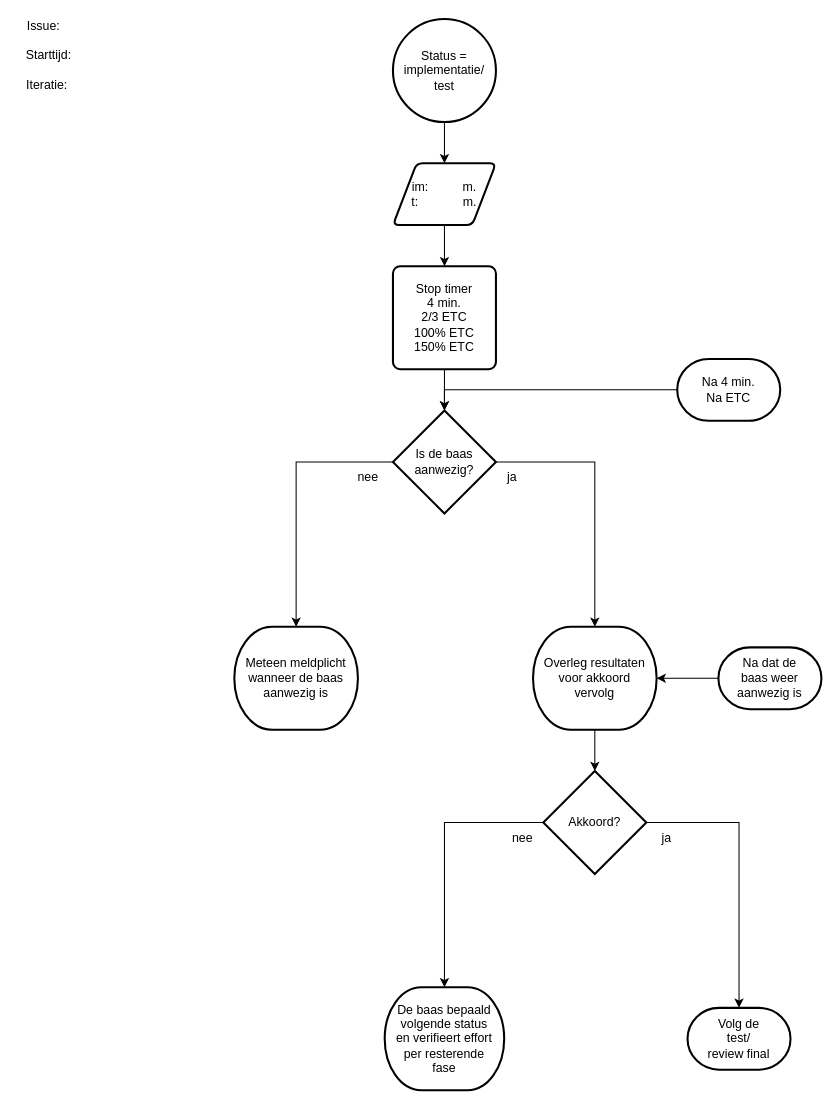
Before: 9 Issue Tracker meldplicht.drawio in Zaibatsu89/IssueTracker, a draw.io diagram. Source tidied: cells renumbered, new cells numbered last; positions are measured from the earlier drawing's top-left corner, leaving out a move shared by most shapes. Both pictures are drawn from the tidied source at 103%, with x=0, y=0 at pixel (18, 19).
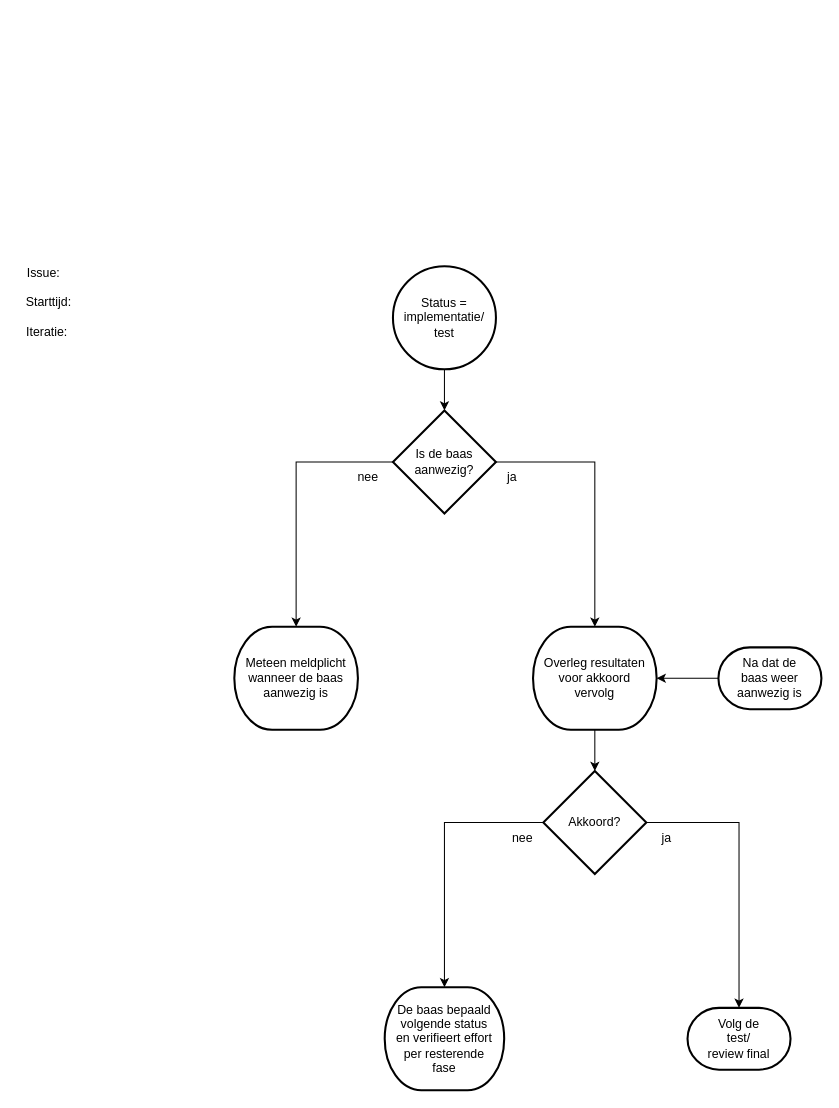
The same diagram, later.

Commit message (it also covers changes not shown here):
herstel stop timer bij 4 minuten evaluatie en 2/3, 100%, 150% ETC in intake, analyse, ontwerp, implementatie en test

Unchanged cells that the change refers to:
```xml
<mxCell id="6" value="Is de baas&lt;br&gt;aanwezig?" style="strokeWidth=2;html=1;shape=mxgraph.flowchart.decision;whiteSpace=wrap;" parent="1" vertex="1">
  <mxGeometry x="364" y="380" width="100" height="100" as="geometry" />
</mxCell>
```

Change to the diagram source:
```diff
@@
-    <mxCell id="2" style="edgeStyle=orthogonalEdgeStyle;rounded=0;jettySize=auto;html=1;" parent="1" edge="1" source="3" target="26">
-      <mxGeometry relative="1" as="geometry" />
-    </mxCell>
     <mxCell id="3" value="Status =&lt;br&gt;implementatie/&lt;br&gt;test" style="strokeWidth=2;html=1;shape=mxgraph.flowchart.start_2;whiteSpace=wrap;" parent="1" vertex="1">
-      <mxGeometry x="364" width="100" height="100" as="geometry" />
+      <mxGeometry x="364" y="240" width="100" height="100" as="geometry" />
     </mxCell>
-    <mxCell id="4" style="edgeStyle=orthogonalEdgeStyle;rounded=0;jettySize=auto;html=1;" parent="1" edge="1" source="5" target="6">
-      <mxGeometry relative="1" as="geometry" />
-    </mxCell>
-    <mxCell id="5" value="Stop timer&lt;br&gt;4 min.&lt;div&gt;2/3 ETC&lt;br&gt;100% ETC&lt;br&gt;150% ETC&lt;/div&gt;" style="rounded=1;whiteSpace=wrap;html=1;absoluteArcSize=1;arcSize=14;strokeWidth=2;" parent="1" vertex="1">
-      <mxGeometry x="364" y="240" width="100" height="100" as="geometry" />
-    </mxCell>
@@
-    <mxCell id="10" value="Na 4 min.&lt;br&gt;Na ETC" style="strokeWidth=2;html=1;shape=mxgraph.flowchart.terminator;whiteSpace=wrap;" parent="1" vertex="1">
-      <mxGeometry x="640" y="330" width="100" height="60" as="geometry" />
-    </mxCell>
-    <mxCell id="11" style="edgeStyle=orthogonalEdgeStyle;rounded=0;jettySize=auto;html=1;exitX=0;exitY=0.5;exitDx=0;exitDy=0;exitPerimeter=0;entryX=0.5;entryY=0;entryDx=0;entryDy=0;entryPerimeter=0;" parent="1" edge="1" source="10" target="6">
-      <mxGeometry relative="1" as="geometry" />
-    </mxCell>
@@
-    <mxCell id="25" style="edgeStyle=orthogonalEdgeStyle;rounded=0;jettySize=auto;html=1;" parent="1" edge="1" source="26" target="5">
-      <mxGeometry relative="1" as="geometry" />
-    </mxCell>
-    <mxCell id="26" value="im:&amp;nbsp; &amp;nbsp; &amp;nbsp; &amp;nbsp; &amp;nbsp; m.&lt;br&gt;t:&amp;nbsp; &amp;nbsp; &amp;nbsp; &amp;nbsp; &amp;nbsp; &amp;nbsp; &amp;nbsp;m." style="shape=parallelogram;html=1;strokeWidth=2;perimeter=parallelogramPerimeter;whiteSpace=wrap;rounded=1;arcSize=12;size=0.23;" parent="1" vertex="1">
-      <mxGeometry x="364" y="140" width="100" height="60" as="geometry" />
-    </mxCell>
     <mxCell id="27" value="Issue:&amp;nbsp; &amp;nbsp;&lt;br&gt;&lt;br&gt;Starttijd:&lt;br&gt;&lt;br&gt;Iteratie:&amp;nbsp;" style="text;html=1;align=center;verticalAlign=middle;whiteSpace=wrap;rounded=0;" parent="1" vertex="1">
-      <mxGeometry y="20" width="60" height="30" as="geometry" />
+      <mxGeometry y="260" width="60" height="30" as="geometry" />
     </mxCell>
+    <mxCell id="28" style="edgeStyle=orthogonalEdgeStyle;rounded=0;jettySize=auto;html=1;entryX=0.5;entryY=0;entryDx=0;entryDy=0;entryPerimeter=0;" parent="1" edge="1" source="3" target="6">
+      <mxGeometry relative="1" as="geometry" />
+    </mxCell>
```
